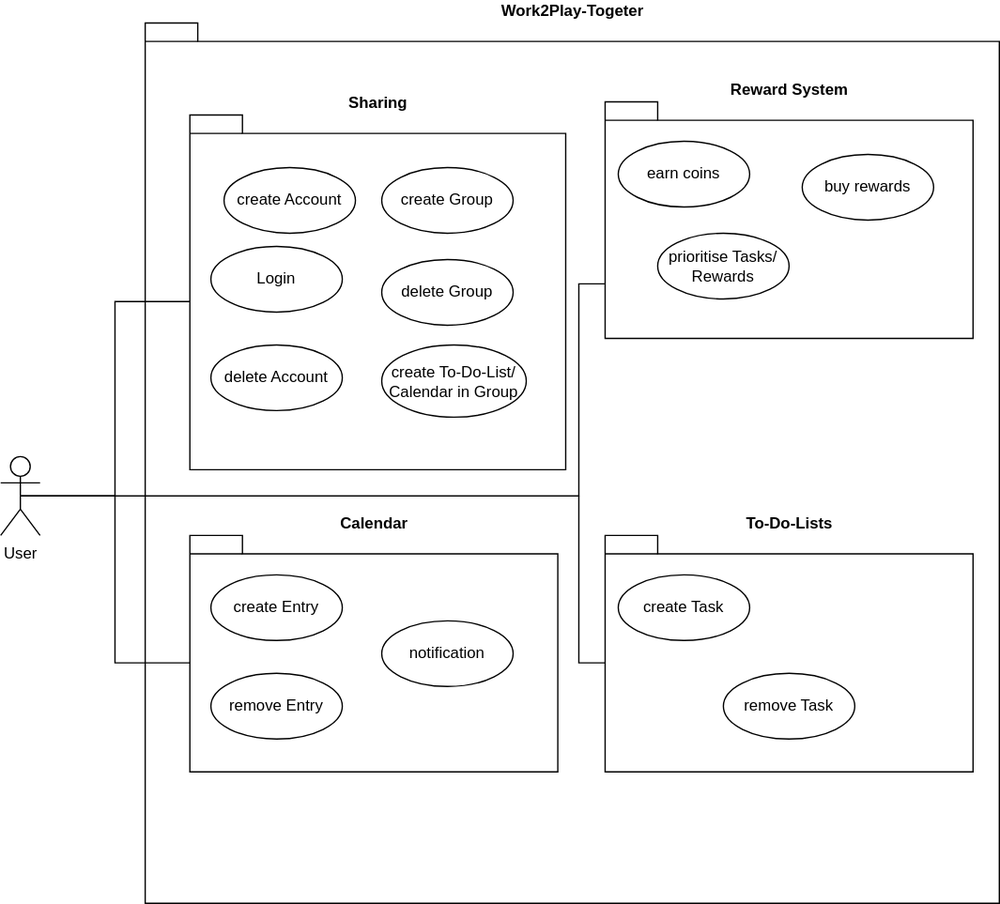
Above: Work2Play-UsecaseDiagram.svg in david2628/Work2Play (draw.io), before the change. Source tidied: cells renumbered, new cells last; positions are measured from the earlier drawing's top-left corner, leaving out a move shared by most shapes.
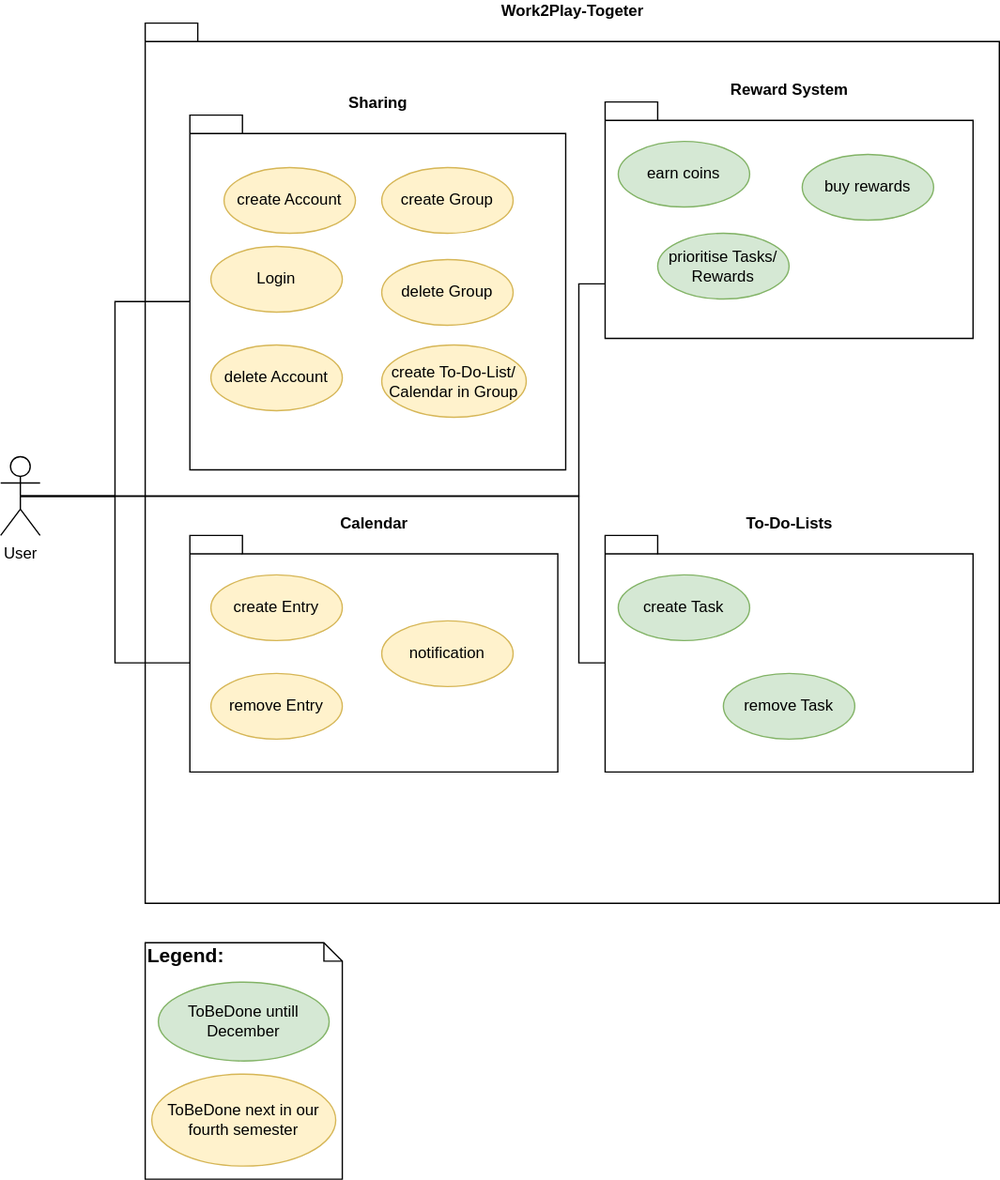
The same file after the commit.

What changed in the source:
```diff
@@ -26,46 +26,46 @@
     <mxCell id="9" value="Reward System" style="shape=folder;fontStyle=1;spacingTop=10;tabWidth=40;tabHeight=14;tabPosition=left;html=1;labelPosition=center;verticalLabelPosition=top;align=center;verticalAlign=bottom;" parent="1" vertex="1">
       <mxGeometry x="460" y="60" width="280" height="180" as="geometry" />
     </mxCell>
-    <mxCell id="10" value="create Task" style="ellipse;whiteSpace=wrap;html=1;" parent="1" vertex="1">
+    <mxCell id="10" value="create Task" style="ellipse;whiteSpace=wrap;html=1;fillColor=#d5e8d4;strokeColor=#82b366;" parent="1" vertex="1">
       <mxGeometry x="470" y="420" width="100" height="50" as="geometry" />
     </mxCell>
-    <mxCell id="11" value="create Entry" style="ellipse;whiteSpace=wrap;html=1;" parent="1" vertex="1">
+    <mxCell id="11" value="create Entry" style="ellipse;whiteSpace=wrap;html=1;fillColor=#fff2cc;strokeColor=#d6b656;" parent="1" vertex="1">
       <mxGeometry x="160" y="420" width="100" height="50" as="geometry" />
     </mxCell>
-    <mxCell id="12" value="create Account" style="ellipse;whiteSpace=wrap;html=1;" parent="1" vertex="1">
+    <mxCell id="12" value="create Account" style="ellipse;whiteSpace=wrap;html=1;fillColor=#fff2cc;strokeColor=#d6b656;" parent="1" vertex="1">
       <mxGeometry x="170" y="110" width="100" height="50" as="geometry" />
     </mxCell>
-    <mxCell id="13" value="Login" style="ellipse;whiteSpace=wrap;html=1;" parent="1" vertex="1">
+    <mxCell id="13" value="Login" style="ellipse;whiteSpace=wrap;html=1;fillColor=#fff2cc;strokeColor=#d6b656;" parent="1" vertex="1">
       <mxGeometry x="160" y="170" width="100" height="50" as="geometry" />
     </mxCell>
-    <mxCell id="14" value="delete Account" style="ellipse;whiteSpace=wrap;html=1;" parent="1" vertex="1">
+    <mxCell id="14" value="delete Account" style="ellipse;whiteSpace=wrap;html=1;fillColor=#fff2cc;strokeColor=#d6b656;" parent="1" vertex="1">
       <mxGeometry x="160" y="245" width="100" height="50" as="geometry" />
     </mxCell>
-    <mxCell id="15" value="create Group" style="ellipse;whiteSpace=wrap;html=1;" parent="1" vertex="1">
+    <mxCell id="15" value="create Group" style="ellipse;whiteSpace=wrap;html=1;fillColor=#fff2cc;strokeColor=#d6b656;" parent="1" vertex="1">
       <mxGeometry x="290" y="110" width="100" height="50" as="geometry" />
     </mxCell>
-    <mxCell id="16" value="delete Group" style="ellipse;whiteSpace=wrap;html=1;" parent="1" vertex="1">
+    <mxCell id="16" value="delete Group" style="ellipse;whiteSpace=wrap;html=1;fillColor=#fff2cc;strokeColor=#d6b656;" parent="1" vertex="1">
       <mxGeometry x="290" y="180" width="100" height="50" as="geometry" />
     </mxCell>
-    <mxCell id="17" value="create To-Do-List/ Calendar in Group" style="ellipse;whiteSpace=wrap;html=1;" parent="1" vertex="1">
+    <mxCell id="17" value="create To-Do-List/ Calendar in Group" style="ellipse;whiteSpace=wrap;html=1;fillColor=#fff2cc;strokeColor=#d6b656;" parent="1" vertex="1">
       <mxGeometry x="290" y="245" width="110" height="55" as="geometry" />
     </mxCell>
-    <mxCell id="18" value="remove Task&lt;span style=&quot;color: rgba(0 , 0 , 0 , 0) ; font-family: monospace ; font-size: 0px&quot;&gt;%3CmxGraphModel%3E%3Croot%3E%3CmxCell%20id%3D%220%22%2F%3E%3CmxCell%20id%3D%221%22%20parent%3D%220%22%2F%3E%3CmxCell%20id%3D%222%22%20value%3D%22create%20Task%22%20style%3D%22ellipse%3BwhiteSpace%3Dwrap%3Bhtml%3D1%3B%22%20vertex%3D%221%22%20parent%3D%221%22%3E%3CmxGeometry%20x%3D%22510%22%20y%3D%22535%22%20width%3D%22100%22%20height%3D%2250%22%20as%3D%22geometry%22%2F%3E%3C%2FmxCell%3E%3C%2Froot%3E%3C%2FmxGraphModel%3E&lt;/span&gt;" style="ellipse;whiteSpace=wrap;html=1;" parent="1" vertex="1">
+    <mxCell id="18" value="remove Task&lt;span style=&quot;color: rgba(0 , 0 , 0 , 0) ; font-family: monospace ; font-size: 0px&quot;&gt;%3CmxGraphModel%3E%3Croot%3E%3CmxCell%20id%3D%220%22%2F%3E%3CmxCell%20id%3D%221%22%20parent%3D%220%22%2F%3E%3CmxCell%20id%3D%222%22%20value%3D%22create%20Task%22%20style%3D%22ellipse%3BwhiteSpace%3Dwrap%3Bhtml%3D1%3B%22%20vertex%3D%221%22%20parent%3D%221%22%3E%3CmxGeometry%20x%3D%22510%22%20y%3D%22535%22%20width%3D%22100%22%20height%3D%2250%22%20as%3D%22geometry%22%2F%3E%3C%2FmxCell%3E%3C%2Froot%3E%3C%2FmxGraphModel%3E&lt;/span&gt;" style="ellipse;whiteSpace=wrap;html=1;fillColor=#d5e8d4;strokeColor=#82b366;" parent="1" vertex="1">
       <mxGeometry x="550" y="495" width="100" height="50" as="geometry" />
     </mxCell>
-    <mxCell id="19" value="remove Entry" style="ellipse;whiteSpace=wrap;html=1;" parent="1" vertex="1">
+    <mxCell id="19" value="remove Entry" style="ellipse;whiteSpace=wrap;html=1;fillColor=#fff2cc;strokeColor=#d6b656;" parent="1" vertex="1">
       <mxGeometry x="160" y="495" width="100" height="50" as="geometry" />
     </mxCell>
-    <mxCell id="20" value="earn coins" style="ellipse;whiteSpace=wrap;html=1;" parent="1" vertex="1">
+    <mxCell id="20" value="earn coins" style="ellipse;whiteSpace=wrap;html=1;fillColor=#d5e8d4;strokeColor=#82b366;" parent="1" vertex="1">
       <mxGeometry x="470" y="90" width="100" height="50" as="geometry" />
     </mxCell>
-    <mxCell id="21" value="buy rewards" style="ellipse;whiteSpace=wrap;html=1;" parent="1" vertex="1">
+    <mxCell id="21" value="buy rewards" style="ellipse;whiteSpace=wrap;html=1;fillColor=#d5e8d4;strokeColor=#82b366;" parent="1" vertex="1">
       <mxGeometry x="610" y="100" width="100" height="50" as="geometry" />
     </mxCell>
-    <mxCell id="22" value="prioritise Tasks/ Rewards" style="ellipse;whiteSpace=wrap;html=1;" parent="1" vertex="1">
+    <mxCell id="22" value="prioritise Tasks/ Rewards" style="ellipse;whiteSpace=wrap;html=1;fillColor=#d5e8d4;strokeColor=#82b366;" parent="1" vertex="1">
       <mxGeometry x="500" y="160" width="100" height="50" as="geometry" />
     </mxCell>
-    <mxCell id="23" value="notification" style="ellipse;whiteSpace=wrap;html=1;" parent="1" vertex="1">
+    <mxCell id="23" value="notification" style="ellipse;whiteSpace=wrap;html=1;fillColor=#fff2cc;strokeColor=#d6b656;" parent="1" vertex="1">
       <mxGeometry x="290" y="455" width="100" height="50" as="geometry" />
     </mxCell>
     <mxCell id="24" style="edgeStyle=orthogonalEdgeStyle;rounded=0;jettySize=auto;html=1;exitX=0.5;exitY=0.5;exitDx=0;exitDy=0;exitPerimeter=0;entryX=0;entryY=0;entryDx=0;entryDy=97;entryPerimeter=0;endArrow=none;endFill=0;" parent="1" edge="1" source="3" target="7">
@@ -87,5 +87,14 @@
         </Array>
       </mxGeometry>
     </mxCell>
+    <mxCell id="27" value="&lt;font style=&quot;font-size: 15px&quot;&gt;&lt;b&gt;Legend:&lt;/b&gt;&lt;/font&gt;" style="shape=note;whiteSpace=wrap;html=1;size=14;verticalAlign=top;align=left;spacingTop=-6;" parent="1" vertex="1">
+      <mxGeometry x="110" y="700" width="150" height="180" as="geometry" />
+    </mxCell>
+    <mxCell id="28" value="ToBeDone untill December" style="ellipse;whiteSpace=wrap;html=1;fillColor=#d5e8d4;strokeColor=#82b366;" parent="1" vertex="1">
+      <mxGeometry x="120" y="730" width="130" height="60" as="geometry" />
+    </mxCell>
+    <mxCell id="29" value="ToBeDone next in our fourth semester" style="ellipse;whiteSpace=wrap;html=1;fillColor=#fff2cc;strokeColor=#d6b656;" parent="1" vertex="1">
+      <mxGeometry x="115" y="800" width="140" height="70" as="geometry" />
+    </mxCell>
   </root>
 </mxGraphModel>
```
